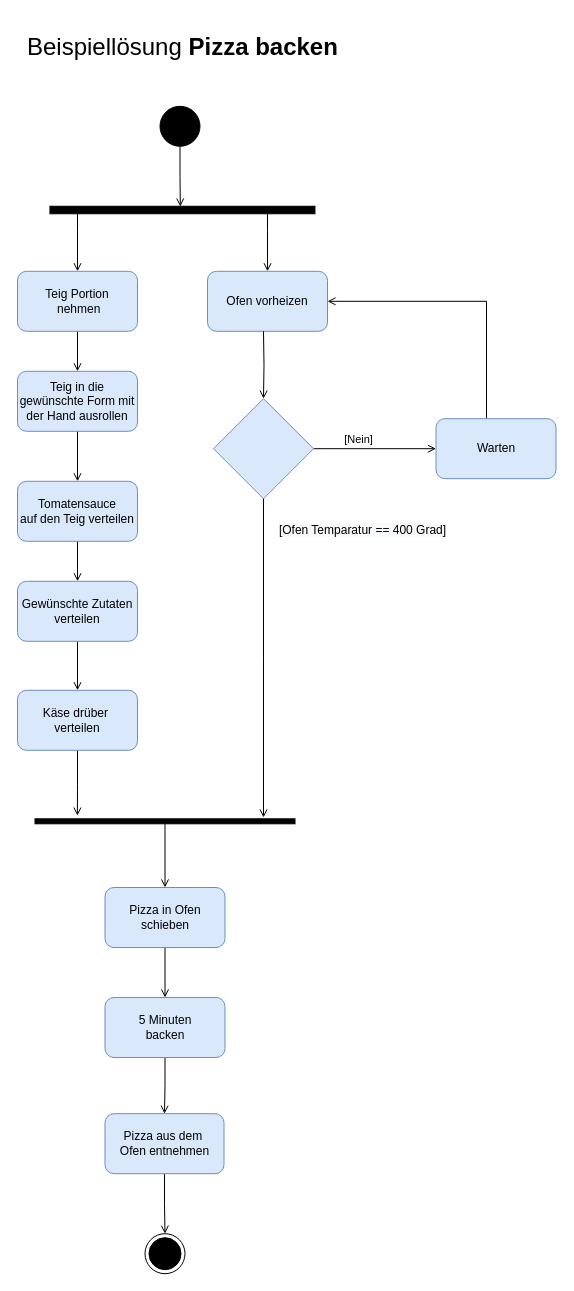
This is pizza-zubereiten.drawio from therealfilko/uml, a draw.io file, before an edit. Source tidied: cells renumbered, new cells numbered last; positions are measured from the earlier drawing's top-left corner, leaving out a move shared by most shapes. Both pictures are drawn from the tidied source at 100%, with x=0, y=0 at pixel (17, 27).
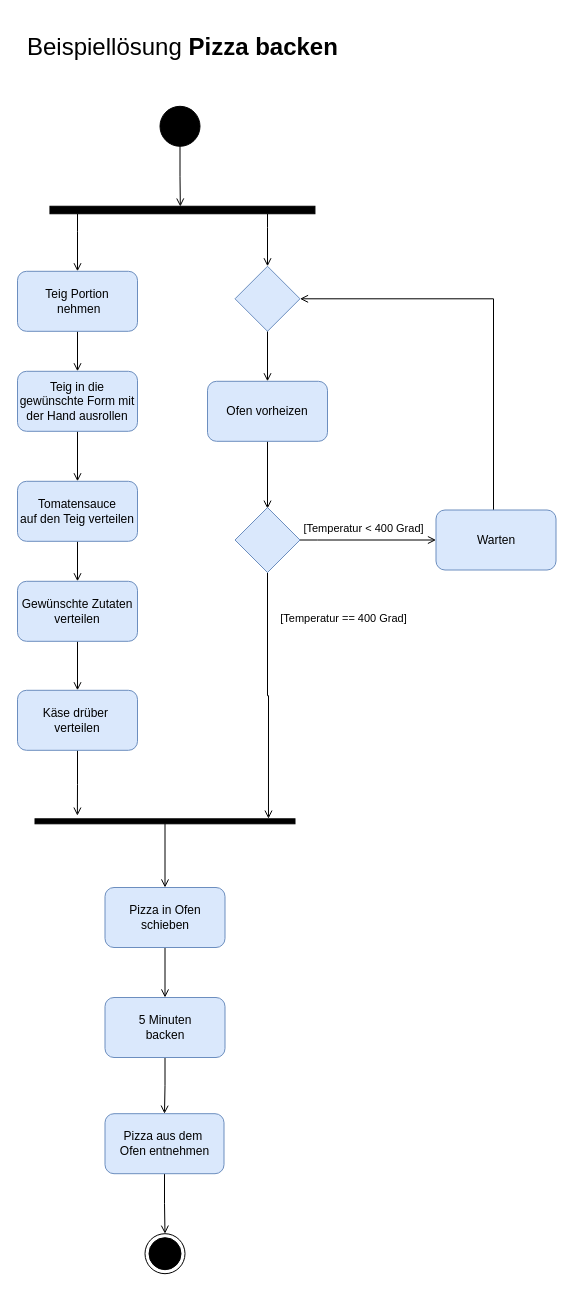
The same diagram, later.

Unchanged cells that the change refers to:
```xml
<mxCell id="9" style="html=1;points=[];perimeter=orthogonalPerimeter;fillColor=strokeColor;rotation=90;" parent="1" vertex="1">
  <mxGeometry x="161.2" y="50" width="7.5" height="265" as="geometry" />
</mxCell>
<mxCell id="25" style="html=1;points=[];perimeter=orthogonalPerimeter;fillColor=strokeColor;rotation=90;" parent="1" vertex="1">
  <mxGeometry x="145" y="663.8" width="5" height="260" as="geometry" />
</mxCell>
```

Change to the diagram source:
```diff
@@
-    <mxCell id="2" style="edgeStyle=orthogonalEdgeStyle;rounded=0;jettySize=auto;html=1;endArrow=open;endFill=0;" parent="1" edge="1" source="9" target="17">
-      <mxGeometry relative="1" as="geometry">
-        <Array as="points">
-          <mxPoint x="250" y="203.8" />
-          <mxPoint x="250" y="203.8" />
-        </Array>
-      </mxGeometry>
-    </mxCell>
-    <mxCell id="3" style="edgeStyle=orthogonalEdgeStyle;rounded=0;jettySize=auto;html=1;entryX=0;entryY=0.5;entryDx=0;entryDy=0;endArrow=open;endFill=0;" parent="1" edge="1" source="6" target="8">
-      <mxGeometry relative="1" as="geometry" />
+    <mxCell id="3" style="edgeStyle=orthogonalEdgeStyle;rounded=0;jettySize=auto;html=1;entryX=0;entryY=0.5;entryDx=0;entryDy=0;endArrow=open;endFill=0;exitX=1;exitY=0.5;exitDx=0;exitDy=0;" parent="1" edge="1" source="43" target="8">
+      <mxGeometry relative="1" as="geometry">
+        <Array as="points">
+          <mxPoint x="300" y="513" />
+          <mxPoint x="419" y="513" />
+        </Array>
+      </mxGeometry>
     </mxCell>
-    <mxCell id="4" value="[Nein]" style="edgeLabel;html=1;align=center;verticalAlign=middle;" parent="3" vertex="1">
+    <mxCell id="4" value="[Temperatur&amp;nbsp;&amp;lt; 400 Grad]" style="edgeLabel;html=1;align=center;verticalAlign=middle;" parent="3" vertex="1">
       <mxGeometry x="-0.28" y="-1" relative="1" as="geometry">
-        <mxPoint y="-11" as="offset" />
+        <mxPoint x="14" y="-13" as="offset" />
       </mxGeometry>
     </mxCell>
@@
-    <mxCell id="6" style="rhombus;whiteSpace=wrap;html=1;fillColor=#dae8fc;strokeColor=#6c8ebf;" parent="1" vertex="1">
-      <mxGeometry x="196" y="371.2" width="100" height="100" as="geometry" />
-    </mxCell>
-    <mxCell id="7" style="edgeStyle=orthogonalEdgeStyle;rounded=0;jettySize=auto;html=1;endArrow=open;endFill=0;entryX=1;entryY=0.5;entryDx=0;entryDy=0;" parent="1" edge="1" source="8" target="17">
-      <mxGeometry relative="1" as="geometry">
-        <Array as="points">
-          <mxPoint x="469" y="274" />
-        </Array>
-      </mxGeometry>
-    </mxCell>
+    <mxCell id="37" style="edgeStyle=orthogonalEdgeStyle;rounded=0;jettySize=auto;html=1;entryX=-0.033;entryY=0.102;entryDx=0;entryDy=0;entryPerimeter=0;endArrow=open;endFill=0;exitX=0.5;exitY=1;exitDx=0;exitDy=0;" parent="1" edge="1" source="43" target="25">
+      <mxGeometry relative="1" as="geometry" />
+    </mxCell>
+    <mxCell id="38" style="edgeStyle=orthogonalEdgeStyle;rounded=0;jettySize=auto;html=1;entryX=1;entryY=0.5;entryDx=0;entryDy=0;endArrow=open;endFill=0;" parent="1" edge="1" source="8" target="42">
+      <mxGeometry relative="1" as="geometry">
+        <Array as="points">
+          <mxPoint x="476" y="271" />
+        </Array>
+      </mxGeometry>
+    </mxCell>
     <mxCell id="8" value="Warten" style="rounded=1;whiteSpace=wrap;html=1;fillColor=#dae8fc;strokeColor=#6c8ebf;" parent="1" vertex="1">
-      <mxGeometry x="418.5" y="391.2" width="120" height="60" as="geometry" />
+      <mxGeometry x="418.5" y="482.5" width="120" height="60" as="geometry" />
     </mxCell>
+    <mxCell id="39" style="edgeStyle=orthogonalEdgeStyle;rounded=0;jettySize=auto;html=1;entryX=0.5;entryY=0;entryDx=0;entryDy=0;endArrow=open;endFill=0;" parent="1" edge="1" source="9" target="42">
+      <mxGeometry relative="1" as="geometry">
+        <Array as="points">
+          <mxPoint x="250" y="200" />
+          <mxPoint x="250" y="200" />
+        </Array>
+      </mxGeometry>
+    </mxCell>
@@
+    <mxCell id="40" style="edgeStyle=orthogonalEdgeStyle;rounded=0;jettySize=auto;html=1;entryX=0.5;entryY=0;entryDx=0;entryDy=0;endArrow=open;endFill=0;" parent="1" edge="1" source="17">
+      <mxGeometry relative="1" as="geometry">
+        <mxPoint x="250" y="481.2" as="targetPoint" />
+      </mxGeometry>
+    </mxCell>
     <mxCell id="17" value="Ofen vorheizen" style="rounded=1;whiteSpace=wrap;html=1;fillColor=#dae8fc;strokeColor=#6c8ebf;" parent="1" vertex="1">
-      <mxGeometry x="190" y="243.8" width="120" height="60" as="geometry" />
+      <mxGeometry x="190" y="353.8" width="120" height="60" as="geometry" />
     </mxCell>
@@
-    <mxCell id="22" style="edgeStyle=orthogonalEdgeStyle;rounded=0;jettySize=auto;html=1;endArrow=open;endFill=0;" parent="1" edge="1" target="6">
-      <mxGeometry relative="1" as="geometry">
-        <mxPoint x="246" y="303.8" as="sourcePoint" />
-      </mxGeometry>
-    </mxCell>
-    <mxCell id="23" value="&lt;span style=&quot;font-size: 12px; background-color: rgb(248, 249, 250);&quot;&gt;[Ofen Temparatur ==&amp;nbsp;&lt;/span&gt;&lt;span style=&quot;font-size: 12px; background-color: rgb(248, 249, 250);&quot;&gt;400 Grad&lt;/span&gt;&lt;span style=&quot;font-size: 12px; background-color: rgb(248, 249, 250);&quot;&gt;]&lt;/span&gt;" style="edgeLabel;html=1;align=center;verticalAlign=middle;" parent="22" vertex="1">
-      <mxGeometry x="0.01" y="2" relative="1" as="geometry">
-        <mxPoint x="98" y="162" as="offset" />
-      </mxGeometry>
-    </mxCell>
@@
-    <mxCell id="26" style="edgeStyle=orthogonalEdgeStyle;rounded=0;jettySize=auto;html=1;endArrow=open;endFill=0;" parent="1" edge="1" source="6">
-      <mxGeometry relative="1" as="geometry">
-        <mxPoint x="246" y="790" as="targetPoint" />
-      </mxGeometry>
-    </mxCell>
@@
+    <mxCell id="41" style="edgeStyle=orthogonalEdgeStyle;rounded=0;jettySize=auto;html=1;entryX=0.5;entryY=0;entryDx=0;entryDy=0;endArrow=open;endFill=0;" parent="1" edge="1" source="42" target="17">
+      <mxGeometry relative="1" as="geometry" />
+    </mxCell>
+    <mxCell id="42" style="rhombus;whiteSpace=wrap;html=1;fillColor=#dae8fc;strokeColor=#6c8ebf;" parent="1" vertex="1">
+      <mxGeometry x="217.5" y="238.8" width="65" height="65" as="geometry" />
+    </mxCell>
+    <mxCell id="43" style="rhombus;whiteSpace=wrap;html=1;fillColor=#dae8fc;strokeColor=#6c8ebf;" parent="1" vertex="1">
+      <mxGeometry x="217.5" y="480" width="65" height="65" as="geometry" />
+    </mxCell>
+    <mxCell id="44" value="[Temperatur == 400 Grad]" style="edgeLabel;html=1;align=center;verticalAlign=middle;" parent="1" vertex="1">
+      <mxGeometry x="325" y="590" as="geometry" />
+    </mxCell>
```
